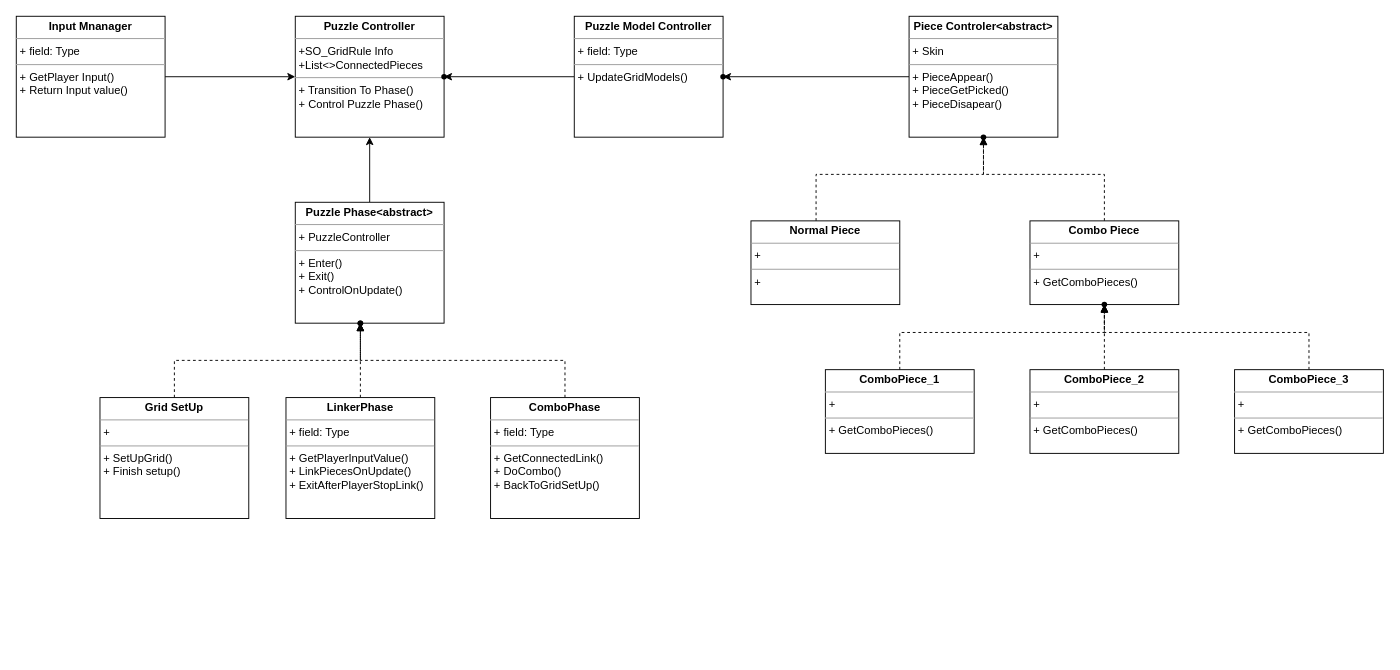
Earlier version of the draw.io diagram Car_Puzzle_Chart.drawio (tranduy1995/CodeChart). Source tidied: cells renumbered, new cells numbered last; positions are measured from the earlier drawing's top-left corner, leaving out a move shared by most shapes. Both pictures are drawn from the tidied source at 93%, with x=0, y=0 at pixel (16, 16).
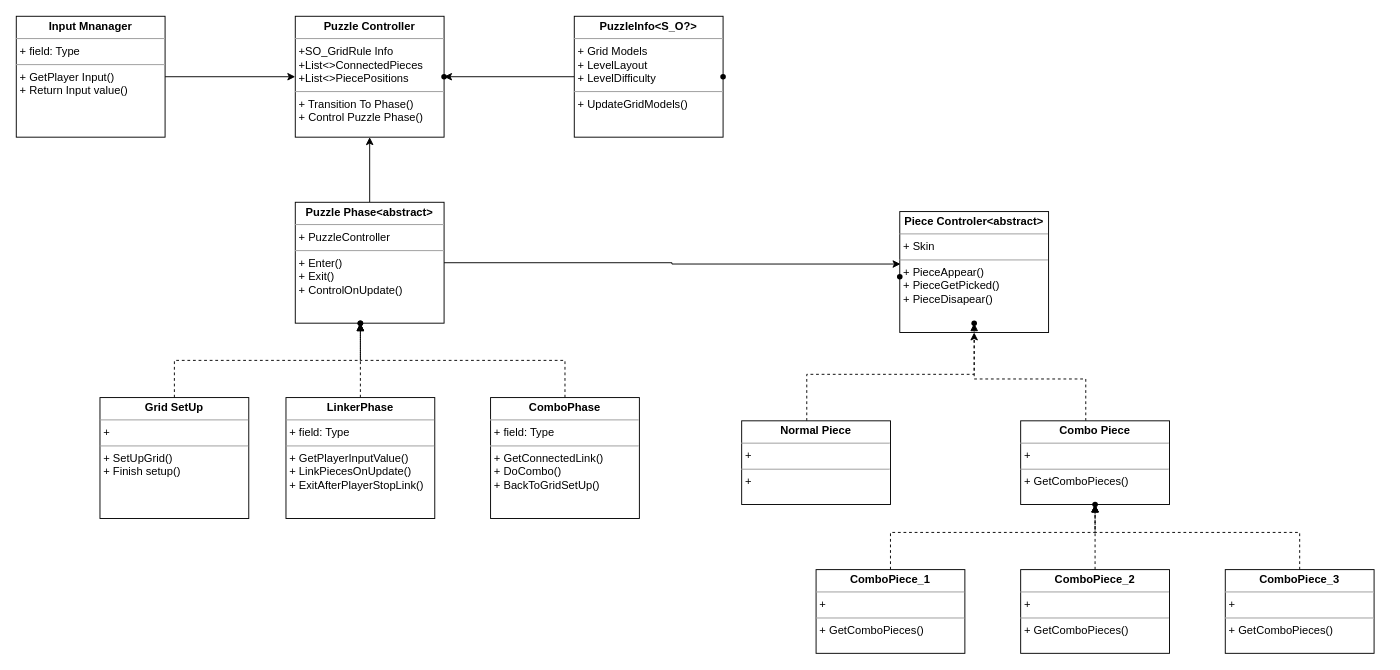
The same diagram, later.

Unchanged cells that the change refers to:
```xml
<mxCell id="4" value="&lt;p style=&quot;margin:0px;margin-top:4px;text-align:center;&quot;&gt;&lt;b&gt;Puzzle Phase&amp;lt;abstract&amp;gt;&lt;/b&gt;&lt;/p&gt;&lt;hr size=&quot;1&quot;&gt;&lt;p style=&quot;margin:0px;margin-left:4px;&quot;&gt;+ PuzzleController&lt;/p&gt;&lt;hr size=&quot;1&quot;&gt;&lt;p style=&quot;margin:0px;margin-left:4px;&quot;&gt;+ Enter()&lt;/p&gt;&lt;p style=&quot;margin:0px;margin-left:4px;&quot;&gt;+ Exit()&lt;/p&gt;&lt;p style=&quot;margin:0px;margin-left:4px;&quot;&gt;+ ControlOnUpdate()&lt;/p&gt;&lt;p style=&quot;margin:0px;margin-left:4px;&quot;&gt;&lt;br&gt;&lt;/p&gt;&lt;p style=&quot;margin:0px;margin-left:4px;&quot;&gt;&lt;br&gt;&lt;/p&gt;" style="verticalAlign=top;align=left;overflow=fill;fontSize=12;fontFamily=Helvetica;html=1;whiteSpace=wrap;" parent="1" vertex="1">
  <mxGeometry x="300" y="200" width="160" height="130" as="geometry" />
</mxCell>
<mxCell id="33" style="shape=waypoint;sketch=0;size=6;points=[];fillColor=default;perimeter=centerPerimeter;snapToPoint=1;align=left;verticalAlign=top;" parent="1" vertex="1">
  <mxGeometry x="750" y="55" width="20" height="20" as="geometry" />
</mxCell>
```

What changed in the source:
```diff
@@
-    <mxCell id="2" value="&lt;p style=&quot;margin:0px;margin-top:4px;text-align:center;&quot;&gt;&lt;b&gt;Puzzle Controller&lt;/b&gt;&lt;/p&gt;&lt;hr size=&quot;1&quot;&gt;&lt;p style=&quot;margin:0px;margin-left:4px;&quot;&gt;+SO_GridRule Info&lt;/p&gt;&lt;p style=&quot;margin:0px;margin-left:4px;&quot;&gt;+List&amp;lt;&amp;gt;ConnectedPieces&lt;/p&gt;&lt;hr size=&quot;1&quot;&gt;&lt;p style=&quot;margin:0px;margin-left:4px;&quot;&gt;+ Transition To Phase()&lt;/p&gt;&lt;p style=&quot;margin:0px;margin-left:4px;&quot;&gt;+ Control Puzzle Phase()&lt;/p&gt;&lt;p style=&quot;margin:0px;margin-left:4px;&quot;&gt;&lt;br&gt;&lt;/p&gt;&lt;p style=&quot;margin:0px;margin-left:4px;&quot;&gt;&lt;br&gt;&lt;/p&gt;" style="verticalAlign=top;align=left;overflow=fill;fontSize=12;fontFamily=Helvetica;html=1;whiteSpace=wrap;" parent="1" vertex="1">
+    <mxCell id="2" value="&lt;p style=&quot;margin:0px;margin-top:4px;text-align:center;&quot;&gt;&lt;b&gt;Puzzle Controller&lt;/b&gt;&lt;/p&gt;&lt;hr size=&quot;1&quot;&gt;&lt;p style=&quot;margin:0px;margin-left:4px;&quot;&gt;+SO_GridRule Info&lt;/p&gt;&lt;p style=&quot;margin:0px;margin-left:4px;&quot;&gt;+List&amp;lt;&amp;gt;ConnectedPieces&lt;/p&gt;&lt;p style=&quot;margin:0px;margin-left:4px;&quot;&gt;+List&amp;lt;&amp;gt;PiecePositions&lt;/p&gt;&lt;hr size=&quot;1&quot;&gt;&lt;p style=&quot;margin:0px;margin-left:4px;&quot;&gt;+ Transition To Phase()&lt;/p&gt;&lt;p style=&quot;margin:0px;margin-left:4px;&quot;&gt;+ Control Puzzle Phase()&lt;/p&gt;&lt;p style=&quot;margin:0px;margin-left:4px;&quot;&gt;&lt;br&gt;&lt;/p&gt;&lt;p style=&quot;margin:0px;margin-left:4px;&quot;&gt;&lt;br&gt;&lt;/p&gt;" style="verticalAlign=top;align=left;overflow=fill;fontSize=12;fontFamily=Helvetica;html=1;whiteSpace=wrap;" parent="1" vertex="1">
       <mxGeometry x="300" width="160" height="130" as="geometry" />
     </mxCell>
@@
+    <mxCell id="34" style="edgeStyle=orthogonalEdgeStyle;rounded=0;jettySize=auto;html=1;entryX=0.005;entryY=0.434;entryDx=0;entryDy=0;entryPerimeter=0;" parent="1" edge="1" source="4" target="14">
+      <mxGeometry relative="1" as="geometry" />
+    </mxCell>
@@
-    <mxCell id="13" style="edgeStyle=orthogonalEdgeStyle;rounded=0;jettySize=auto;html=1;" parent="1" edge="1" source="14" target="33">
-      <mxGeometry relative="1" as="geometry" />
-    </mxCell>
     <mxCell id="14" value="&lt;p style=&quot;margin:0px;margin-top:4px;text-align:center;&quot;&gt;&lt;b&gt;Piece Controler&amp;lt;abstract&amp;gt;&lt;/b&gt;&lt;/p&gt;&lt;hr size=&quot;1&quot;&gt;&lt;p style=&quot;margin:0px;margin-left:4px;&quot;&gt;+ Skin&lt;/p&gt;&lt;hr size=&quot;1&quot;&gt;&lt;p style=&quot;margin:0px;margin-left:4px;&quot;&gt;+ PieceAppear()&lt;/p&gt;&lt;p style=&quot;margin:0px;margin-left:4px;&quot;&gt;+ PieceGetPicked()&lt;/p&gt;&lt;p style=&quot;margin:0px;margin-left:4px;&quot;&gt;+ PieceDisapear()&lt;/p&gt;&lt;p style=&quot;margin:0px;margin-left:4px;&quot;&gt;&lt;br&gt;&lt;/p&gt;&lt;p style=&quot;margin:0px;margin-left:4px;&quot;&gt;&lt;br&gt;&lt;/p&gt;" style="verticalAlign=top;align=left;overflow=fill;fontSize=12;fontFamily=Helvetica;html=1;whiteSpace=wrap;" parent="1" vertex="1">
-      <mxGeometry x="960" width="160" height="130" as="geometry" />
+      <mxGeometry x="950" y="210" width="160" height="130" as="geometry" />
     </mxCell>
     <mxCell id="15" style="edgeStyle=orthogonalEdgeStyle;rounded=0;jettySize=auto;html=1;dashed=1;" parent="1" edge="1" source="16" target="14">
       <mxGeometry relative="1" as="geometry">
         <Array as="points">
-          <mxPoint x="860" y="170" />
-          <mxPoint x="1040" y="170" />
+          <mxPoint x="850" y="385" />
+          <mxPoint x="1030" y="385" />
         </Array>
       </mxGeometry>
     </mxCell>
     <mxCell id="16" value="&lt;p style=&quot;margin:0px;margin-top:4px;text-align:center;&quot;&gt;&lt;b&gt;Normal Piece&lt;/b&gt;&lt;/p&gt;&lt;hr size=&quot;1&quot;&gt;&lt;p style=&quot;margin:0px;margin-left:4px;&quot;&gt;+&amp;nbsp;&lt;/p&gt;&lt;hr size=&quot;1&quot;&gt;&lt;p style=&quot;margin:0px;margin-left:4px;&quot;&gt;+&lt;/p&gt;&lt;p style=&quot;margin:0px;margin-left:4px;&quot;&gt;&lt;br&gt;&lt;/p&gt;&lt;p style=&quot;margin:0px;margin-left:4px;&quot;&gt;&lt;br&gt;&lt;/p&gt;" style="verticalAlign=top;align=left;overflow=fill;fontSize=12;fontFamily=Helvetica;html=1;whiteSpace=wrap;" parent="1" vertex="1">
-      <mxGeometry x="790" y="220" width="160" height="90" as="geometry" />
+      <mxGeometry x="780" y="435" width="160" height="90" as="geometry" />
     </mxCell>
-    <mxCell id="17" style="edgeStyle=orthogonalEdgeStyle;rounded=0;jettySize=auto;html=1;endArrow=block;endFill=1;dashed=1;" parent="1" edge="1" source="18" target="20">
-      <mxGeometry relative="1" as="geometry">
-        <Array as="points">
-          <mxPoint x="1170" y="170" />
-          <mxPoint x="1040" y="170" />
-        </Array>
-      </mxGeometry>
-    </mxCell>
+    <mxCell id="35" style="edgeStyle=orthogonalEdgeStyle;rounded=0;jettySize=auto;html=1;dashed=1;endArrow=block;endFill=1;" parent="1" edge="1" source="18" target="36">
+      <mxGeometry relative="1" as="geometry">
+        <Array as="points">
+          <mxPoint x="1150" y="390" />
+          <mxPoint x="1030" y="390" />
+        </Array>
+      </mxGeometry>
+    </mxCell>
     <mxCell id="18" value="&lt;p style=&quot;margin:0px;margin-top:4px;text-align:center;&quot;&gt;&lt;b&gt;Combo Piece&lt;/b&gt;&lt;/p&gt;&lt;hr size=&quot;1&quot;&gt;&lt;p style=&quot;margin:0px;margin-left:4px;&quot;&gt;+&amp;nbsp;&lt;/p&gt;&lt;hr size=&quot;1&quot;&gt;&lt;p style=&quot;margin:0px;margin-left:4px;&quot;&gt;+ GetComboPieces()&lt;/p&gt;&lt;p style=&quot;margin:0px;margin-left:4px;&quot;&gt;&lt;br&gt;&lt;/p&gt;&lt;p style=&quot;margin:0px;margin-left:4px;&quot;&gt;&lt;br&gt;&lt;/p&gt;" style="verticalAlign=top;align=left;overflow=fill;fontSize=12;fontFamily=Helvetica;html=1;whiteSpace=wrap;" parent="1" vertex="1">
-      <mxGeometry x="1090" y="220" width="160" height="90" as="geometry" />
+      <mxGeometry x="1080" y="435" width="160" height="90" as="geometry" />
     </mxCell>
-    <mxCell id="19" style="endArrow=block;dashed=1;endFill=0;endSize=12;html=1;rounded=0;exitDx=0;exitDy=0;entryX=0.5;entryY=1;entryDx=0;entryDy=0;" parent="1" edge="1" source="20" target="14">
-      <mxGeometry relative="1" as="geometry" />
-    </mxCell>
-    <mxCell id="20" style="shape=waypoint;sketch=0;size=6;points=[];fillColor=default;perimeter=centerPerimeter;snapToPoint=1;align=left;verticalAlign=top;" parent="1" vertex="1">
-      <mxGeometry x="1030" y="120" width="20" height="20" as="geometry" />
-    </mxCell>
@@
     <mxCell id="23" style="edgeStyle=orthogonalEdgeStyle;rounded=0;jettySize=auto;html=1;entryX=0.5;entryY=1;entryDx=0;entryDy=0;endArrow=block;endFill=1;dashed=1;" parent="1" edge="1" source="24" target="18">
       <mxGeometry relative="1" as="geometry">
         <Array as="points">
-          <mxPoint x="950" y="340" />
-          <mxPoint x="1170" y="340" />
+          <mxPoint x="940" y="555" />
+          <mxPoint x="1160" y="555" />
         </Array>
       </mxGeometry>
     </mxCell>
     <mxCell id="24" value="&lt;p style=&quot;margin:0px;margin-top:4px;text-align:center;&quot;&gt;&lt;b&gt;ComboPiece_1&lt;/b&gt;&lt;/p&gt;&lt;hr size=&quot;1&quot;&gt;&lt;p style=&quot;margin:0px;margin-left:4px;&quot;&gt;+&amp;nbsp;&lt;/p&gt;&lt;hr size=&quot;1&quot;&gt;&lt;p style=&quot;margin:0px;margin-left:4px;&quot;&gt;+ GetComboPieces()&lt;/p&gt;&lt;p style=&quot;margin:0px;margin-left:4px;&quot;&gt;&lt;br&gt;&lt;/p&gt;&lt;p style=&quot;margin:0px;margin-left:4px;&quot;&gt;&lt;br&gt;&lt;/p&gt;" style="verticalAlign=top;align=left;overflow=fill;fontSize=12;fontFamily=Helvetica;html=1;whiteSpace=wrap;" parent="1" vertex="1">
-      <mxGeometry x="870" y="380" width="160" height="90" as="geometry" />
+      <mxGeometry x="860" y="595" width="160" height="90" as="geometry" />
     </mxCell>
@@
     <mxCell id="26" value="&lt;p style=&quot;margin:0px;margin-top:4px;text-align:center;&quot;&gt;&lt;b&gt;ComboPiece_2&lt;/b&gt;&lt;/p&gt;&lt;hr size=&quot;1&quot;&gt;&lt;p style=&quot;margin:0px;margin-left:4px;&quot;&gt;+&amp;nbsp;&lt;/p&gt;&lt;hr size=&quot;1&quot;&gt;&lt;p style=&quot;margin:0px;margin-left:4px;&quot;&gt;+ GetComboPieces()&lt;/p&gt;&lt;p style=&quot;margin:0px;margin-left:4px;&quot;&gt;&lt;br&gt;&lt;/p&gt;&lt;p style=&quot;margin:0px;margin-left:4px;&quot;&gt;&lt;br&gt;&lt;/p&gt;" style="verticalAlign=top;align=left;overflow=fill;fontSize=12;fontFamily=Helvetica;html=1;whiteSpace=wrap;" parent="1" vertex="1">
-      <mxGeometry x="1090" y="380" width="160" height="90" as="geometry" />
+      <mxGeometry x="1080" y="595" width="160" height="90" as="geometry" />
     </mxCell>
     <mxCell id="27" style="edgeStyle=orthogonalEdgeStyle;rounded=0;jettySize=auto;html=1;endArrow=block;endFill=1;dashed=1;" parent="1" edge="1" source="28" target="29">
       <mxGeometry relative="1" as="geometry">
         <Array as="points">
-          <mxPoint x="1390" y="340" />
-          <mxPoint x="1170" y="340" />
+          <mxPoint x="1380" y="555" />
+          <mxPoint x="1160" y="555" />
         </Array>
       </mxGeometry>
     </mxCell>
     <mxCell id="28" value="&lt;p style=&quot;margin:0px;margin-top:4px;text-align:center;&quot;&gt;&lt;b&gt;ComboPiece_3&lt;/b&gt;&lt;/p&gt;&lt;hr size=&quot;1&quot;&gt;&lt;p style=&quot;margin:0px;margin-left:4px;&quot;&gt;+&amp;nbsp;&lt;/p&gt;&lt;hr size=&quot;1&quot;&gt;&lt;p style=&quot;margin:0px;margin-left:4px;&quot;&gt;+ GetComboPieces()&lt;/p&gt;&lt;p style=&quot;margin:0px;margin-left:4px;&quot;&gt;&lt;br&gt;&lt;/p&gt;&lt;p style=&quot;margin:0px;margin-left:4px;&quot;&gt;&lt;br&gt;&lt;/p&gt;" style="verticalAlign=top;align=left;overflow=fill;fontSize=12;fontFamily=Helvetica;html=1;whiteSpace=wrap;" parent="1" vertex="1">
-      <mxGeometry x="1310" y="380" width="160" height="90" as="geometry" />
+      <mxGeometry x="1300" y="595" width="160" height="90" as="geometry" />
     </mxCell>
     <mxCell id="29" style="shape=waypoint;sketch=0;size=6;points=[];fillColor=default;perimeter=centerPerimeter;snapToPoint=1;align=left;verticalAlign=top;" parent="1" vertex="1">
-      <mxGeometry x="1160" y="300" width="20" height="20" as="geometry" />
+      <mxGeometry x="1150" y="515" width="20" height="20" as="geometry" />
     </mxCell>
@@
-    <mxCell id="31" value="&lt;p style=&quot;margin:0px;margin-top:4px;text-align:center;&quot;&gt;&lt;b&gt;Puzzle Model Controller&lt;/b&gt;&lt;/p&gt;&lt;hr size=&quot;1&quot;&gt;&lt;p style=&quot;margin:0px;margin-left:4px;&quot;&gt;+ field: Type&lt;/p&gt;&lt;hr size=&quot;1&quot;&gt;&lt;p style=&quot;margin:0px;margin-left:4px;&quot;&gt;+ UpdateGridModels()&lt;/p&gt;&lt;p style=&quot;margin:0px;margin-left:4px;&quot;&gt;&lt;br&gt;&lt;/p&gt;&lt;p style=&quot;margin:0px;margin-left:4px;&quot;&gt;&lt;br&gt;&lt;/p&gt;" style="verticalAlign=top;align=left;overflow=fill;fontSize=12;fontFamily=Helvetica;html=1;whiteSpace=wrap;" parent="1" vertex="1">
+    <mxCell id="31" value="&lt;p style=&quot;margin:0px;margin-top:4px;text-align:center;&quot;&gt;&lt;b&gt;PuzzleInfo&amp;lt;S_O?&amp;gt;&lt;/b&gt;&lt;/p&gt;&lt;hr size=&quot;1&quot;&gt;&lt;p style=&quot;margin:0px;margin-left:4px;&quot;&gt;+ Grid Models&lt;/p&gt;&lt;p style=&quot;margin:0px;margin-left:4px;&quot;&gt;+ LevelLayout&lt;/p&gt;&lt;p style=&quot;margin:0px;margin-left:4px;&quot;&gt;+ LevelDifficulty&lt;/p&gt;&lt;hr size=&quot;1&quot;&gt;&lt;p style=&quot;margin:0px;margin-left:4px;&quot;&gt;+ UpdateGridModels()&lt;/p&gt;&lt;p style=&quot;margin:0px;margin-left:4px;&quot;&gt;&lt;br&gt;&lt;/p&gt;&lt;p style=&quot;margin:0px;margin-left:4px;&quot;&gt;&lt;br&gt;&lt;/p&gt;" style="verticalAlign=top;align=left;overflow=fill;fontSize=12;fontFamily=Helvetica;html=1;whiteSpace=wrap;" parent="1" vertex="1">
       <mxGeometry x="600" width="160" height="130" as="geometry" />
     </mxCell>
@@
+    <mxCell id="36" style="shape=waypoint;sketch=0;size=6;points=[];fillColor=default;perimeter=centerPerimeter;snapToPoint=1;align=left;verticalAlign=top;" parent="1" vertex="1">
+      <mxGeometry x="1020" y="320" width="20" height="20" as="geometry" />
+    </mxCell>
+    <mxCell id="37" style="shape=waypoint;sketch=0;size=6;fillColor=default;perimeter=centerPerimeter;align=left;verticalAlign=top;" parent="1" vertex="1">
+      <mxGeometry x="940" y="270" width="20" height="20" as="geometry" />
+    </mxCell>
```
